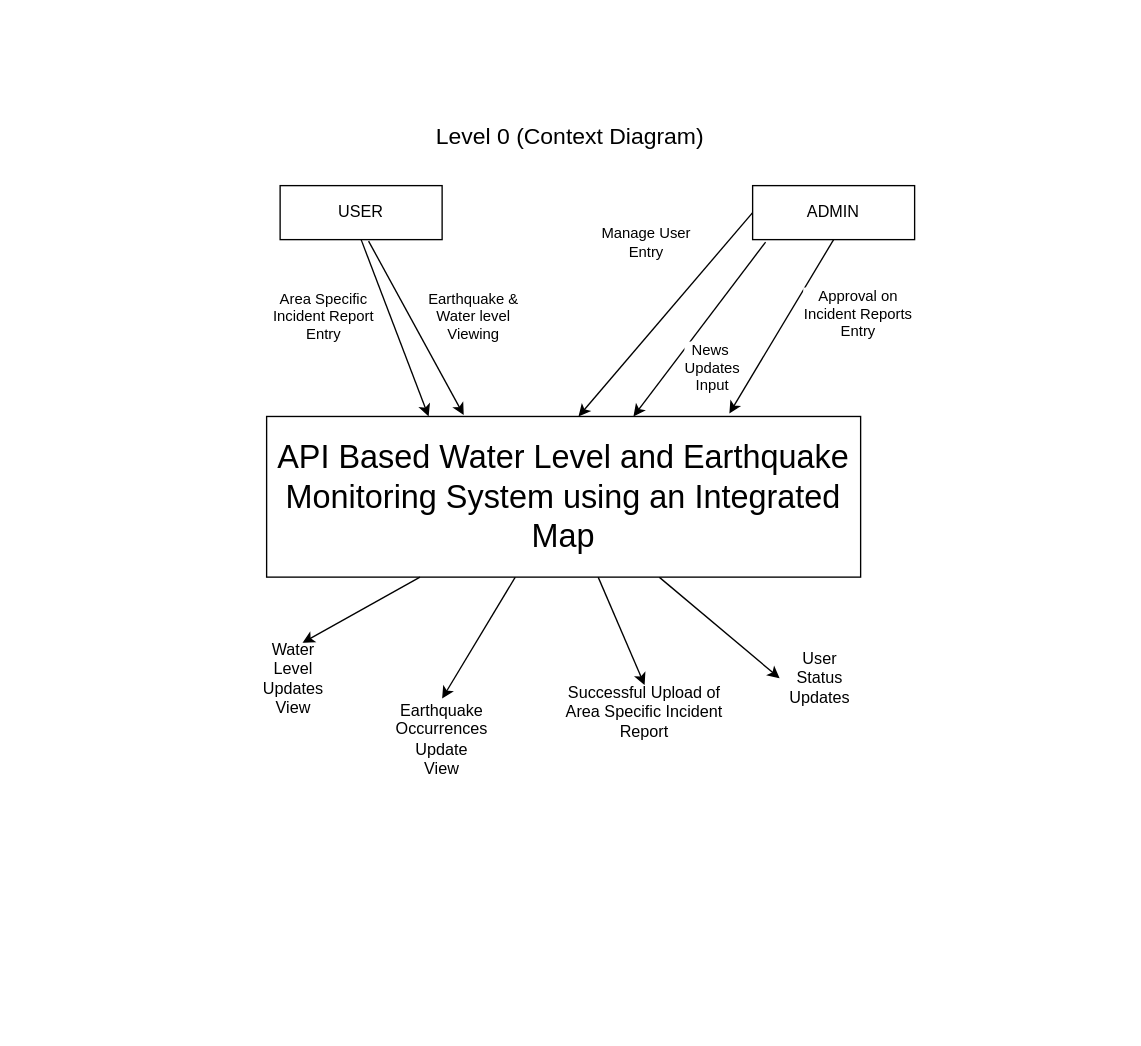
N0Obitaz/DrawIODiagrams keeps this draw.io diagram as Projects/DFDLEVEL0.drawio. Above is the earlier version. Source tidied: cells renumbered, new cells numbered last; positions are measured from the earlier drawing's top-left corner, leaving out a move shared by most shapes. Both pictures are drawn from the tidied source at 135%, with x=0, y=0 at pixel (252, 117).
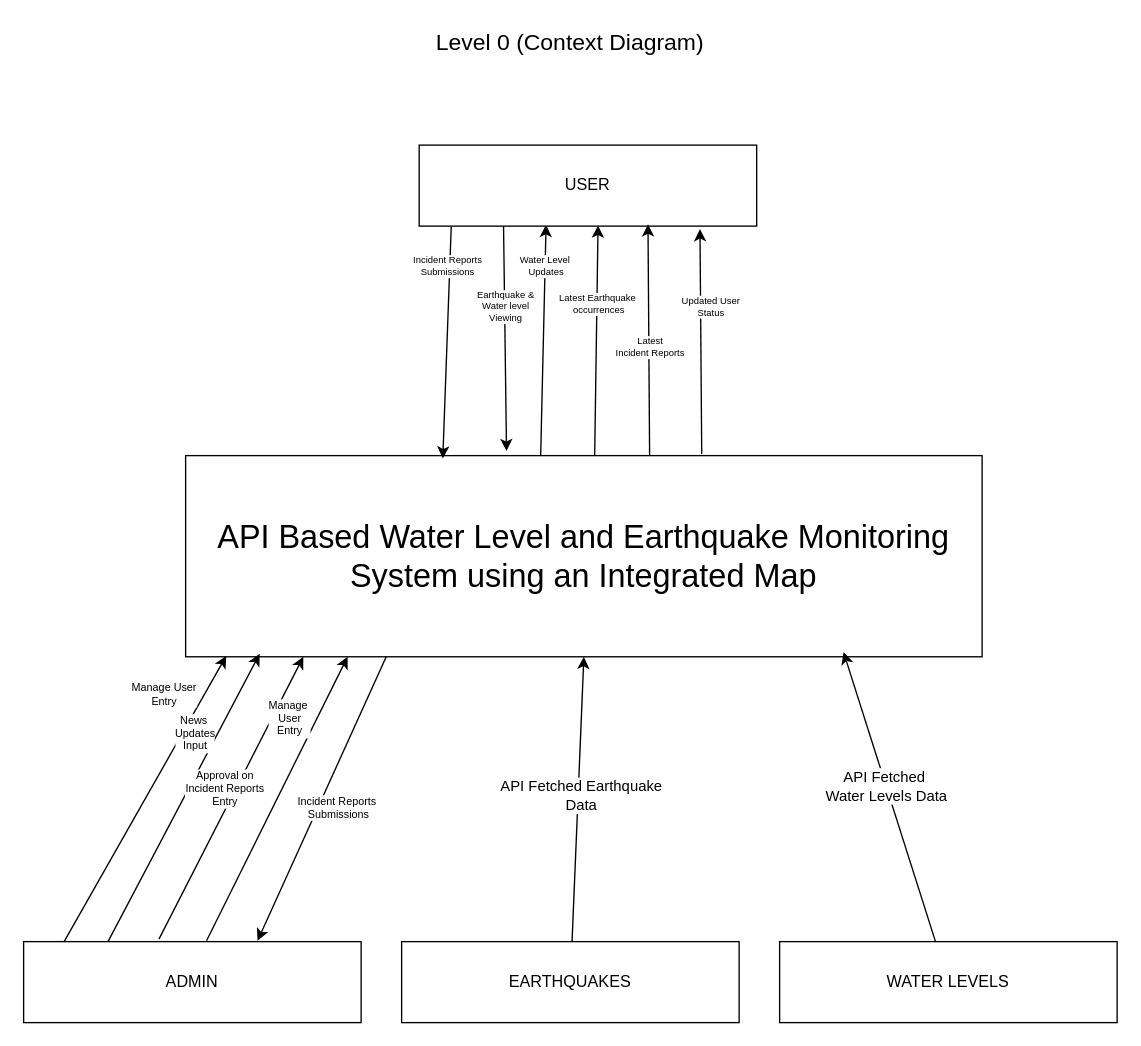
Above is the later version.

What changed in the source:
```diff
@@
     <mxCell id="2" value="&lt;font style=&quot;font-size: 17px;&quot;&gt;Level 0 (Context Diagram)&lt;/font&gt;" style="text;html=1;whiteSpace=wrap;strokeColor=none;fillColor=none;align=center;verticalAlign=middle;rounded=0;" parent="1" vertex="1">
-      <mxGeometry x="120" width="230" height="30" as="geometry" />
+      <mxGeometry x="120" y="-70" width="230" height="30" as="geometry" />
     </mxCell>
-    <mxCell id="3" style="rounded=0;jettySize=auto;html=1;entryX=0.5;entryY=0;entryDx=0;entryDy=0;endArrow=classic;endFill=1;" parent="1" edge="1" source="6" target="16">
-      <mxGeometry relative="1" as="geometry" />
-    </mxCell>
-    <mxCell id="4" style="rounded=0;jettySize=auto;html=1;entryX=0.5;entryY=0;entryDx=0;entryDy=0;endArrow=classic;endFill=1;" parent="1" edge="1" source="6" target="17">
-      <mxGeometry relative="1" as="geometry" />
-    </mxCell>
-    <mxCell id="5" style="rounded=0;jettySize=auto;html=1;entryX=0;entryY=0.5;entryDx=0;entryDy=0;endArrow=classic;endFill=1;" parent="1" edge="1" source="6" target="18">
-      <mxGeometry relative="1" as="geometry" />
-    </mxCell>
+    <mxCell id="24" style="rounded=0;jettySize=auto;html=1;entryX=0.376;entryY=0.984;entryDx=0;entryDy=0;exitX=0.442;exitY=-0.002;exitDx=0;exitDy=0;exitPerimeter=0;entryPerimeter=0;" parent="1" edge="1" target="21">
+      <mxGeometry relative="1" as="geometry">
+        <mxPoint x="213" y="249.7" as="sourcePoint" />
+      </mxGeometry>
+    </mxCell>
+    <mxCell id="25" value="Water Level&amp;nbsp;&lt;div&gt;Updates&lt;/div&gt;" style="edgeLabel;html=1;align=center;verticalAlign=middle;fontSize=7;" parent="24" vertex="1">
+      <mxGeometry x="0.4" relative="1" as="geometry">
+        <mxPoint x="1" y="-21" as="offset" />
+      </mxGeometry>
+    </mxCell>
     <mxCell id="6" value="&lt;font style=&quot;font-size: 24px;&quot;&gt;API Based Water Level and Earthquake Monitoring System using an Integrated Map&lt;/font&gt;" style="rounded=0;whiteSpace=wrap;html=1;" parent="1" vertex="1">
-      <mxGeometry x="10" y="221" width="440" height="119" as="geometry" />
+      <mxGeometry x="-50" y="250" width="590" height="149" as="geometry" />
     </mxCell>
-    <mxCell id="7" style="rounded=0;jettySize=auto;html=1;entryX=0.25;entryY=0;entryDx=0;entryDy=0;endArrow=classic;endFill=1;exitX=0.5;exitY=1;exitDx=0;exitDy=0;" parent="1" edge="1" source="21">
+    <mxCell id="7" style="rounded=0;jettySize=auto;html=1;entryX=0.267;entryY=0.014;entryDx=0;entryDy=0;endArrow=classic;endFill=1;exitX=0.095;exitY=1.007;exitDx=0;exitDy=0;entryPerimeter=0;exitPerimeter=0;" parent="1" edge="1" source="21">
       <mxGeometry relative="1" as="geometry">
-        <mxPoint x="130" y="221" as="targetPoint" />
+        <mxPoint x="140.5" y="252.1" as="targetPoint" />
       </mxGeometry>
     </mxCell>
-    <mxCell id="8" value="Area Specific&lt;div&gt;Incident Report&lt;/div&gt;&lt;div&gt;Entry&lt;/div&gt;" style="edgeLabel;html=1;align=center;verticalAlign=middle;" parent="7" vertex="1">
+    <mxCell id="8" value="Incident Reports&lt;div&gt;Submissions&lt;/div&gt;" style="edgeLabel;html=1;align=center;verticalAlign=middle;fontSize=7;" parent="7" vertex="1">
       <mxGeometry x="-0.22" relative="1" as="geometry">
-        <mxPoint x="-48" y="5" as="offset" />
+        <mxPoint x="-1" y="-38" as="offset" />
       </mxGeometry>
     </mxCell>
-    <mxCell id="9" style="rounded=0;jettySize=auto;html=1;entryX=0.714;entryY=0;entryDx=0;entryDy=0;entryPerimeter=0;endArrow=classic;endFill=1;exitX=0;exitY=0.5;exitDx=0;exitDy=0;" parent="1" edge="1" source="20">
-      <mxGeometry relative="1" as="geometry">
-        <mxPoint x="241" y="221" as="targetPoint" />
-      </mxGeometry>
+    <mxCell id="9" style="rounded=0;jettySize=auto;html=1;endArrow=classic;endFill=1;exitX=0.12;exitY=0;exitDx=0;exitDy=0;entryX=0.051;entryY=0.996;entryDx=0;entryDy=0;entryPerimeter=0;exitPerimeter=0;" parent="1" edge="1" source="20" target="6">
+      <mxGeometry relative="1" as="geometry" />
     </mxCell>
-    <mxCell id="10" value="Manage User&lt;br&gt;Entry" style="edgeLabel;html=1;align=center;verticalAlign=middle;" parent="9" vertex="1">
+    <mxCell id="10" value="Manage User&lt;br&gt;Entry" style="edgeLabel;html=1;align=center;verticalAlign=middle;fontSize=8;" parent="9" vertex="1">
       <mxGeometry x="-0.26" y="3" relative="1" as="geometry">
-        <mxPoint x="-34" y="-36" as="offset" />
+        <mxPoint x="32" y="-104" as="offset" />
       </mxGeometry>
     </mxCell>
-    <mxCell id="11" style="rounded=0;jettySize=auto;html=1;entryX=0.714;entryY=0;entryDx=0;entryDy=0;entryPerimeter=0;endArrow=classic;endFill=1;exitX=0.08;exitY=1.046;exitDx=0;exitDy=0;exitPerimeter=0;" parent="1" edge="1" source="20">
-      <mxGeometry relative="1" as="geometry">
-        <mxPoint x="281.7" y="221" as="targetPoint" />
-      </mxGeometry>
+    <mxCell id="11" style="rounded=0;jettySize=auto;html=1;entryX=0.093;entryY=0.985;entryDx=0;entryDy=0;entryPerimeter=0;endArrow=classic;endFill=1;exitX=0.25;exitY=0;exitDx=0;exitDy=0;" parent="1" edge="1" source="20" target="6">
+      <mxGeometry relative="1" as="geometry" />
     </mxCell>
-    <mxCell id="12" value="News&amp;nbsp;&lt;div&gt;Updates&lt;div&gt;Input&lt;/div&gt;&lt;/div&gt;" style="edgeLabel;html=1;align=center;verticalAlign=middle;" parent="11" vertex="1">
+    <mxCell id="12" value="News&amp;nbsp;&lt;div&gt;Updates&lt;div&gt;Input&lt;/div&gt;&lt;/div&gt;" style="edgeLabel;html=1;align=center;verticalAlign=middle;fontSize=8;" parent="11" vertex="1">
       <mxGeometry x="-0.26" y="3" relative="1" as="geometry">
-        <mxPoint x="-6" y="43" as="offset" />
+        <mxPoint x="25" y="-74" as="offset" />
       </mxGeometry>
     </mxCell>
-    <mxCell id="13" style="rounded=0;jettySize=auto;html=1;entryX=0.25;entryY=0;entryDx=0;entryDy=0;endArrow=classic;endFill=1;exitX=0.546;exitY=1.027;exitDx=0;exitDy=0;exitPerimeter=0;" parent="1" edge="1" source="21">
+    <mxCell id="13" style="rounded=0;jettySize=auto;html=1;entryX=0.347;entryY=-0.023;entryDx=0;entryDy=0;endArrow=classic;endFill=1;exitX=0.25;exitY=1;exitDx=0;exitDy=0;entryPerimeter=0;" parent="1" edge="1" source="21">
       <mxGeometry relative="1" as="geometry">
-        <mxPoint x="156" y="220" as="targetPoint" />
+        <mxPoint x="187.7" y="246.6" as="targetPoint" />
       </mxGeometry>
     </mxCell>
-    <mxCell id="14" value="Earthquake &amp;amp;&lt;div&gt;Water level&lt;/div&gt;&lt;div&gt;Viewing&lt;/div&gt;" style="edgeLabel;html=1;align=center;verticalAlign=middle;" parent="13" vertex="1">
+    <mxCell id="14" value="Earthquake &amp;amp;&lt;div&gt;Water level&lt;/div&gt;&lt;div&gt;Viewing&lt;/div&gt;" style="edgeLabel;html=1;align=center;verticalAlign=middle;fontSize=7;" parent="13" vertex="1">
       <mxGeometry x="-0.22" relative="1" as="geometry">
-        <mxPoint x="50" y="5" as="offset" />
+        <mxPoint y="-5" as="offset" />
       </mxGeometry>
     </mxCell>
-    <mxCell id="15" value="Water Level Updates&lt;div&gt;View&lt;/div&gt;" style="text;html=1;whiteSpace=wrap;strokeColor=none;fillColor=none;align=center;verticalAlign=middle;rounded=0;" parent="1" vertex="1">
-      <mxGeometry y="390" width="60" height="50" as="geometry" />
-    </mxCell>
-    <mxCell id="16" value="Earthquake Occurrences Update&lt;div&gt;View&lt;/div&gt;" style="text;html=1;whiteSpace=wrap;strokeColor=none;fillColor=none;align=center;verticalAlign=middle;rounded=0;" parent="1" vertex="1">
-      <mxGeometry x="110" y="430" width="60" height="60" as="geometry" />
-    </mxCell>
-    <mxCell id="17" value="Successful Upload of Area Specific Incident Report" style="text;html=1;whiteSpace=wrap;strokeColor=none;fillColor=none;align=center;verticalAlign=middle;rounded=0;" parent="1" vertex="1">
-      <mxGeometry x="220" y="420" width="140" height="40" as="geometry" />
-    </mxCell>
-    <mxCell id="18" value="User Status Updates" style="text;html=1;whiteSpace=wrap;strokeColor=none;fillColor=none;align=center;verticalAlign=middle;rounded=0;" parent="1" vertex="1">
-      <mxGeometry x="390" y="400" width="60" height="30" as="geometry" />
-    </mxCell>
-    <mxCell id="19" style="rounded=0;jettySize=auto;html=1;entryX=0.609;entryY=-0.026;entryDx=0;entryDy=0;entryPerimeter=0;endArrow=classic;endFill=1;" parent="1" edge="1" source="6" target="15">
-      <mxGeometry relative="1" as="geometry" />
-    </mxCell>
-    <mxCell id="20" value="ADMIN" style="rounded=0;whiteSpace=wrap;html=1;" parent="1" vertex="1">
-      <mxGeometry x="370" y="50" width="120" height="40" as="geometry" />
-    </mxCell>
     <mxCell id="21" value="USER" style="rounded=0;whiteSpace=wrap;html=1;" parent="1" vertex="1">
-      <mxGeometry x="20" y="50" width="120" height="40" as="geometry" />
+      <mxGeometry x="123" y="20" width="250" height="60" as="geometry" />
     </mxCell>
-    <mxCell id="22" style="rounded=0;jettySize=auto;html=1;entryX=0.779;entryY=-0.019;entryDx=0;entryDy=0;entryPerimeter=0;endArrow=classic;endFill=1;exitX=0.5;exitY=1;exitDx=0;exitDy=0;" parent="1" edge="1" source="20" target="6">
-      <mxGeometry relative="1" as="geometry" />
+    <mxCell id="22" style="rounded=0;jettySize=auto;html=1;entryX=0.25;entryY=1;entryDx=0;entryDy=0;endArrow=classic;endFill=1;exitX=0.401;exitY=-0.031;exitDx=0;exitDy=0;exitPerimeter=0;" parent="1" edge="1" source="20">
+      <mxGeometry relative="1" as="geometry">
+        <mxPoint x="37.2" y="399" as="targetPoint" />
+      </mxGeometry>
     </mxCell>
-    <mxCell id="23" value="Approval on&lt;div&gt;Incident Reports&lt;/div&gt;&lt;div&gt;Entry&lt;/div&gt;" style="edgeLabel;html=1;align=center;verticalAlign=middle;" parent="22" vertex="1">
+    <mxCell id="23" value="Approval on&lt;div&gt;Incident Reports&lt;/div&gt;&lt;div&gt;Entry&lt;/div&gt;" style="edgeLabel;html=1;align=center;verticalAlign=middle;fontSize=8;" parent="22" vertex="1">
       <mxGeometry x="-0.26" y="3" relative="1" as="geometry">
-        <mxPoint x="44" y="5" as="offset" />
+        <mxPoint x="11" y="-33" as="offset" />
       </mxGeometry>
     </mxCell>
+    <mxCell id="26" style="rounded=0;jettySize=auto;html=1;entryX=0.53;entryY=0.992;entryDx=0;entryDy=0;exitX=0.519;exitY=0.002;exitDx=0;exitDy=0;exitPerimeter=0;entryPerimeter=0;" parent="1" edge="1" target="21">
+      <mxGeometry relative="1" as="geometry">
+        <mxPoint x="253" y="250" as="sourcePoint" />
+      </mxGeometry>
+    </mxCell>
+    <mxCell id="27" value="Latest Earthquake&amp;nbsp;&lt;div&gt;occurrences&lt;/div&gt;" style="edgeLabel;html=1;align=center;verticalAlign=middle;fontSize=7;" parent="26" vertex="1">
+      <mxGeometry x="0.4" relative="1" as="geometry">
+        <mxPoint x="1" y="6" as="offset" />
+      </mxGeometry>
+    </mxCell>
+    <mxCell id="28" style="rounded=0;jettySize=auto;html=1;exitX=0.599;exitY=0.004;exitDx=0;exitDy=0;exitPerimeter=0;entryX=0.678;entryY=0.977;entryDx=0;entryDy=0;entryPerimeter=0;" parent="1" edge="1" target="21">
+      <mxGeometry relative="1" as="geometry">
+        <mxPoint x="293.7" y="250" as="sourcePoint" />
+      </mxGeometry>
+    </mxCell>
+    <mxCell id="29" value="Latest&lt;br&gt;Incident Reports" style="edgeLabel;html=1;align=center;verticalAlign=middle;fontSize=7;" parent="28" vertex="1">
+      <mxGeometry x="0.4" relative="1" as="geometry">
+        <mxPoint x="1" y="39" as="offset" />
+      </mxGeometry>
+    </mxCell>
+    <mxCell id="20" value="ADMIN" style="rounded=0;whiteSpace=wrap;html=1;" parent="1" vertex="1">
+      <mxGeometry x="-170" y="610" width="250" height="60" as="geometry" />
+    </mxCell>
+    <mxCell id="30" style="rounded=0;jettySize=auto;html=1;entryX=0.333;entryY=0.992;entryDx=0;entryDy=0;endArrow=classic;endFill=1;exitX=0.542;exitY=-0.01;exitDx=0;exitDy=0;exitPerimeter=0;entryPerimeter=0;" parent="1" edge="1" source="20">
+      <mxGeometry relative="1" as="geometry">
+        <mxPoint x="70" y="398.9" as="targetPoint" />
+      </mxGeometry>
+    </mxCell>
+    <mxCell id="31" value="Manage&amp;nbsp;&lt;div&gt;User&lt;/div&gt;&lt;div&gt;Entry&lt;/div&gt;" style="edgeLabel;html=1;align=center;verticalAlign=middle;fontSize=8;" parent="30" vertex="1">
+      <mxGeometry x="-0.26" y="3" relative="1" as="geometry">
+        <mxPoint x="25" y="-86" as="offset" />
+      </mxGeometry>
+    </mxCell>
+    <mxCell id="32" style="rounded=0;jettySize=auto;html=1;entryX=0.693;entryY=-0.01;entryDx=0;entryDy=0;endArrow=classic;endFill=1;exitX=0.376;exitY=1.011;exitDx=0;exitDy=0;entryPerimeter=0;exitPerimeter=0;" parent="1" edge="1" target="20">
+      <mxGeometry relative="1" as="geometry">
+        <mxPoint x="98.6" y="399" as="sourcePoint" />
+      </mxGeometry>
+    </mxCell>
+    <mxCell id="33" value="Incident Reports&lt;div&gt;&amp;nbsp;Submissions&lt;/div&gt;" style="edgeLabel;html=1;align=center;verticalAlign=middle;fontSize=8;" parent="32" vertex="1">
+      <mxGeometry x="-0.22" relative="1" as="geometry">
+        <mxPoint y="30" as="offset" />
+      </mxGeometry>
+    </mxCell>
+    <mxCell id="34" style="rounded=0;jettySize=auto;html=1;exitX=0.592;exitY=-0.009;exitDx=0;exitDy=0;exitPerimeter=0;entryX=0.832;entryY=1.037;entryDx=0;entryDy=0;entryPerimeter=0;" parent="1" edge="1" target="21">
+      <mxGeometry relative="1" as="geometry">
+        <mxPoint x="332.3" y="248.7" as="sourcePoint" />
+      </mxGeometry>
+    </mxCell>
+    <mxCell id="35" value="Updated User&lt;div&gt;Status&lt;/div&gt;" style="edgeLabel;html=1;align=center;verticalAlign=middle;fontSize=7;" parent="34" vertex="1">
+      <mxGeometry x="0.4" relative="1" as="geometry">
+        <mxPoint x="7" y="8" as="offset" />
+      </mxGeometry>
+    </mxCell>
+    <mxCell id="36" style="rounded=0;jettySize=auto;html=1;entryX=0.5;entryY=1;entryDx=0;entryDy=0;" parent="1" edge="1" source="38" target="6">
+      <mxGeometry relative="1" as="geometry" />
+    </mxCell>
+    <mxCell id="37" value="API Fetched Earthquake&lt;div&gt;Data&lt;/div&gt;" style="edgeLabel;html=1;align=center;verticalAlign=middle;" parent="36" vertex="1">
+      <mxGeometry x="0.03" y="-2" relative="1" as="geometry" />
+    </mxCell>
+    <mxCell id="38" value="EARTHQUAKES" style="rounded=0;whiteSpace=wrap;html=1;" parent="1" vertex="1">
+      <mxGeometry x="110" y="610" width="250" height="60" as="geometry" />
+    </mxCell>
+    <mxCell id="39" value="WATER LEVELS" style="rounded=0;whiteSpace=wrap;html=1;" parent="1" vertex="1">
+      <mxGeometry x="390" y="610" width="250" height="60" as="geometry" />
+    </mxCell>
+    <mxCell id="40" style="rounded=0;jettySize=auto;html=1;entryX=0.826;entryY=0.977;entryDx=0;entryDy=0;entryPerimeter=0;" parent="1" edge="1" source="39" target="6">
+      <mxGeometry relative="1" as="geometry" />
+    </mxCell>
+    <mxCell id="41" value="API Fetched&amp;nbsp;&lt;div&gt;Water Levels Data&lt;/div&gt;" style="edgeLabel;html=1;align=center;verticalAlign=middle;" parent="40" vertex="1">
+      <mxGeometry x="0.08" relative="1" as="geometry" />
+    </mxCell>
```
